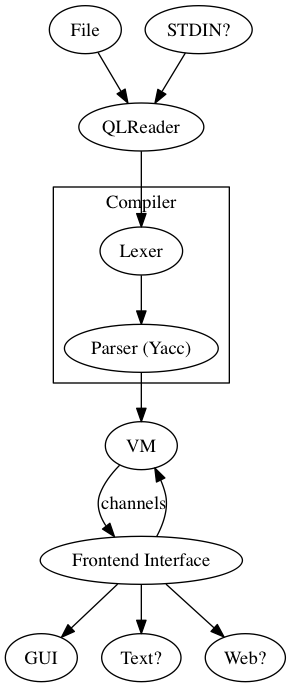
software-engineering-amsterdam/many-ql keeps this Graphviz diagram as carlos.cirello/doc/architecture.png. Above is the earlier version. Its source is kept beside it as carlos.cirello/doc/architecture.dot. Source of this version:
```dot
digraph g{
	"File" -> "QLReader"
	"STDIN?" -> "QLReader"

	"QLReader" -> "Lexer"
	subgraph clusterCompiler {
		label="Compiler"
		"Lexer" -> "Parser (Yacc)"
	}
	"Parser (Yacc)" -> "VM"

	"VM" -> "Frontend Interface" [label="channels"]
	"Frontend Interface" -> "VM"

	"Frontend Interface" -> "GUI"
	"Frontend Interface" -> "Text?"
	"Frontend Interface" -> "Web?"
}
```
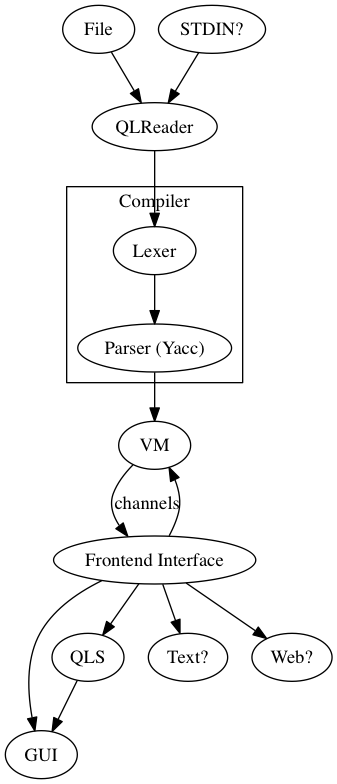
After the commit.

Commit message:
Update the architecture diagram to acknowledge the existence of QLS

Change to the diagram source:
```diff
@@ -13,6 +13,7 @@
 	"Frontend Interface" -> "VM"
 
 	"Frontend Interface" -> "GUI"
+	"Frontend Interface" -> "QLS" -> "GUI"
 	"Frontend Interface" -> "Text?"
 	"Frontend Interface" -> "Web?"
 }
```
